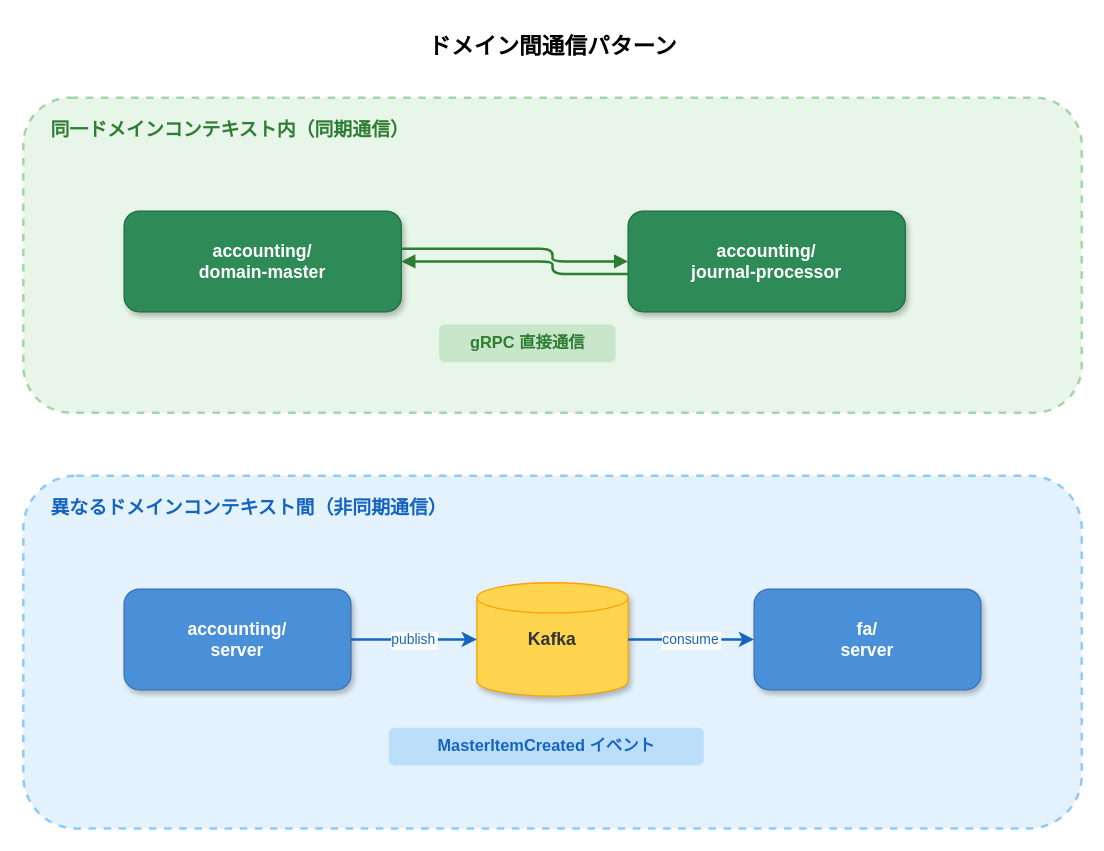
Before: docs/onboarding/img/domain-communication.drawio in RyuheiKiso/k1s0, a draw.io diagram. Source tidied: cells renumbered, new cells numbered last; positions are measured from the earlier drawing's top-left corner, leaving out a move shared by most shapes. Both pictures are drawn from the tidied source at 126%, with x=0, y=0 at pixel (23, 21).
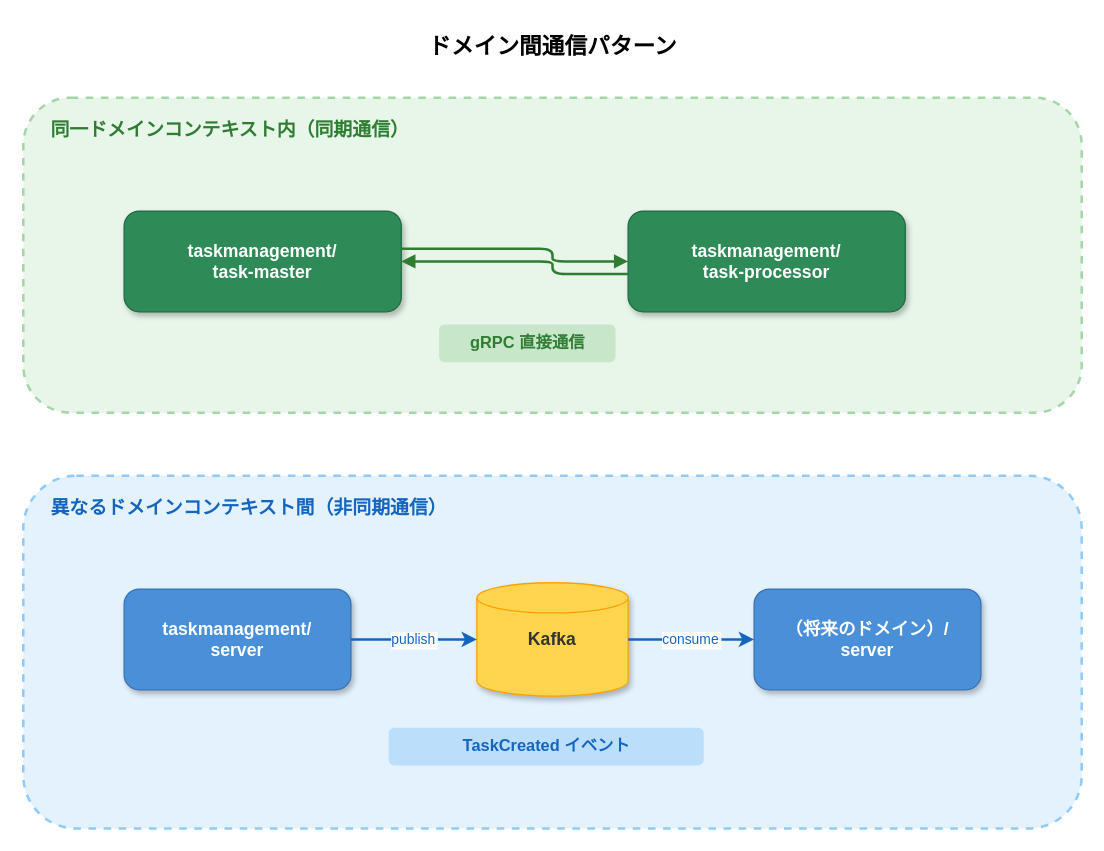
The same page after the edit.

Diff of the diagram source:
```diff
@@
-    <mxCell id="5" value="&lt;b&gt;accounting/&lt;br&gt;domain-master&lt;/b&gt;" style="rounded=1;whiteSpace=wrap;html=1;fillColor=#2E8B57;fontColor=#FFFFFF;strokeColor=#1E6B3F;fontSize=14;fontFamily=Helvetica;shadow=1;" parent="1" vertex="1">
-      <mxGeometry x="80" y="150" width="220" height="80" as="geometry" />
-    </mxCell>
+    <mxCell id="18" value="&lt;b&gt;taskmanagement/&lt;br&gt;task-master&lt;/b&gt;" style="rounded=1;whiteSpace=wrap;html=1;fillColor=#2E8B57;fontColor=#FFFFFF;strokeColor=#1E6B3F;fontSize=14;fontFamily=Helvetica;shadow=1;" parent="1" vertex="1">
+      <mxGeometry x="80" y="150" width="220" height="80" as="geometry" />
+    </mxCell>
-    <mxCell id="6" value="&lt;b&gt;accounting/&lt;br&gt;journal-processor&lt;/b&gt;" style="rounded=1;whiteSpace=wrap;html=1;fillColor=#2E8B57;fontColor=#FFFFFF;strokeColor=#1E6B3F;fontSize=14;fontFamily=Helvetica;shadow=1;" parent="1" vertex="1">
+    <mxCell id="6" value="&lt;b&gt;taskmanagement/&lt;br&gt;task-processor&lt;/b&gt;" style="rounded=1;whiteSpace=wrap;html=1;fillColor=#2E8B57;fontColor=#FFFFFF;strokeColor=#1E6B3F;fontSize=14;fontFamily=Helvetica;shadow=1;" parent="1" vertex="1">
       <mxGeometry x="480" y="150" width="220" height="80" as="geometry" />
     </mxCell>
-    <mxCell id="7" style="edgeStyle=orthogonalEdgeStyle;rounded=1;strokeWidth=2;strokeColor=#2E7D32;endArrow=block;endFill=1;" parent="1" edge="1" source="5" target="6">
+    <mxCell id="7" style="edgeStyle=orthogonalEdgeStyle;rounded=1;strokeWidth=2;strokeColor=#2E7D32;endArrow=block;endFill=1;" parent="1" edge="1" source="18" target="6">
       <mxGeometry relative="1" as="geometry">
         <Array as="points">
           <mxPoint x="420" y="180" />
         </Array>
       </mxGeometry>
     </mxCell>
-    <mxCell id="8" style="edgeStyle=orthogonalEdgeStyle;rounded=1;strokeWidth=2;strokeColor=#2E7D32;endArrow=block;endFill=1;" parent="1" edge="1" source="6" target="5">
+    <mxCell id="8" style="edgeStyle=orthogonalEdgeStyle;rounded=1;strokeWidth=2;strokeColor=#2E7D32;endArrow=block;endFill=1;" parent="1" edge="1" source="6" target="18">
       <mxGeometry relative="1" as="geometry">
         <Array as="points">
           <mxPoint x="420" y="200" />
         </Array>
       </mxGeometry>
     </mxCell>
@@
-    <mxCell id="12" value="&lt;b&gt;accounting/&lt;br&gt;server&lt;/b&gt;" style="rounded=1;whiteSpace=wrap;html=1;fillColor=#4A90D9;fontColor=#FFFFFF;strokeColor=#3A70B0;fontSize=14;fontFamily=Helvetica;shadow=1;" parent="1" vertex="1">
+    <mxCell id="12" value="&lt;b&gt;taskmanagement/&lt;br&gt;server&lt;/b&gt;" style="rounded=1;whiteSpace=wrap;html=1;fillColor=#4A90D9;fontColor=#FFFFFF;strokeColor=#3A70B0;fontSize=14;fontFamily=Helvetica;shadow=1;" parent="1" vertex="1">
       <mxGeometry x="80" y="450" width="180" height="80" as="geometry" />
     </mxCell>
@@
-    <mxCell id="14" value="&lt;b&gt;fa/&lt;br&gt;server&lt;/b&gt;" style="rounded=1;whiteSpace=wrap;html=1;fillColor=#4A90D9;fontColor=#FFFFFF;strokeColor=#3A70B0;fontSize=14;fontFamily=Helvetica;shadow=1;" parent="1" vertex="1">
+    <mxCell id="14" value="&lt;b&gt;（将来のドメイン）/&lt;br&gt;server&lt;/b&gt;" style="rounded=1;whiteSpace=wrap;html=1;fillColor=#4A90D9;fontColor=#FFFFFF;strokeColor=#3A70B0;fontSize=14;fontFamily=Helvetica;shadow=1;" parent="1" vertex="1">
       <mxGeometry x="580" y="450" width="180" height="80" as="geometry" />
     </mxCell>
@@
-    <mxCell id="17" value="&lt;b&gt;MasterItemCreated イベント&lt;/b&gt;" style="text;html=1;fontSize=13;fontFamily=Helvetica;align=center;fontColor=#1565C0;fillColor=#BBDEFB;rounded=1;strokeColor=none;" parent="1" vertex="1">
+    <mxCell id="17" value="&lt;b&gt;TaskCreated イベント&lt;/b&gt;" style="text;html=1;fontSize=13;fontFamily=Helvetica;align=center;fontColor=#1565C0;fillColor=#BBDEFB;rounded=1;strokeColor=none;" parent="1" vertex="1">
       <mxGeometry x="290" y="560" width="250" height="30" as="geometry" />
     </mxCell>
```
